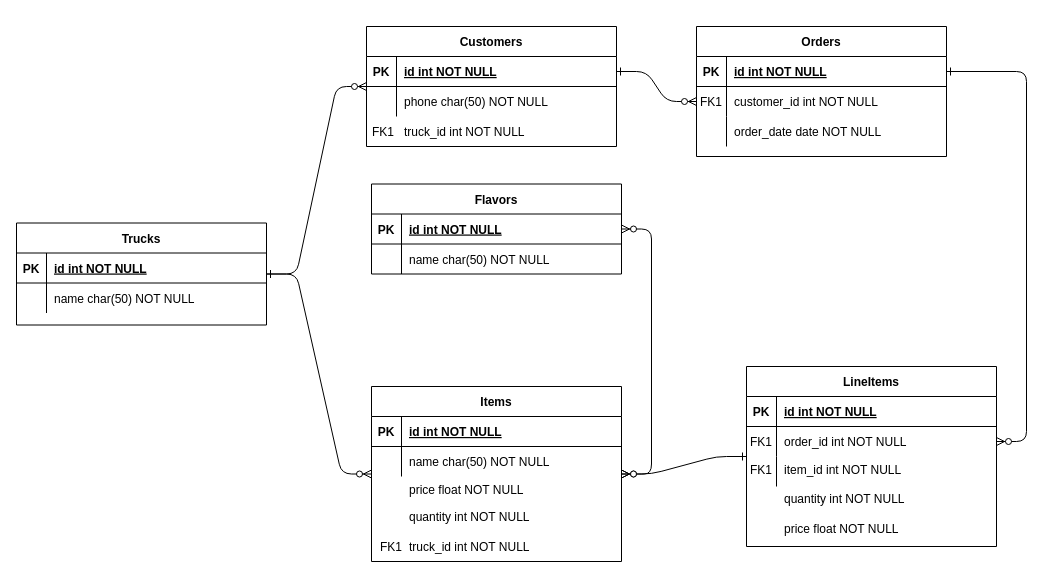
Before: ERD.drawio in tasdendu/icecream_truck, a draw.io diagram. Source tidied: cells renumbered, new cells numbered last; positions are measured from the earlier drawing's top-left corner, leaving out a move shared by most shapes. Both pictures are drawn from the tidied source at 100%, with x=0, y=0 at pixel (16, 26).
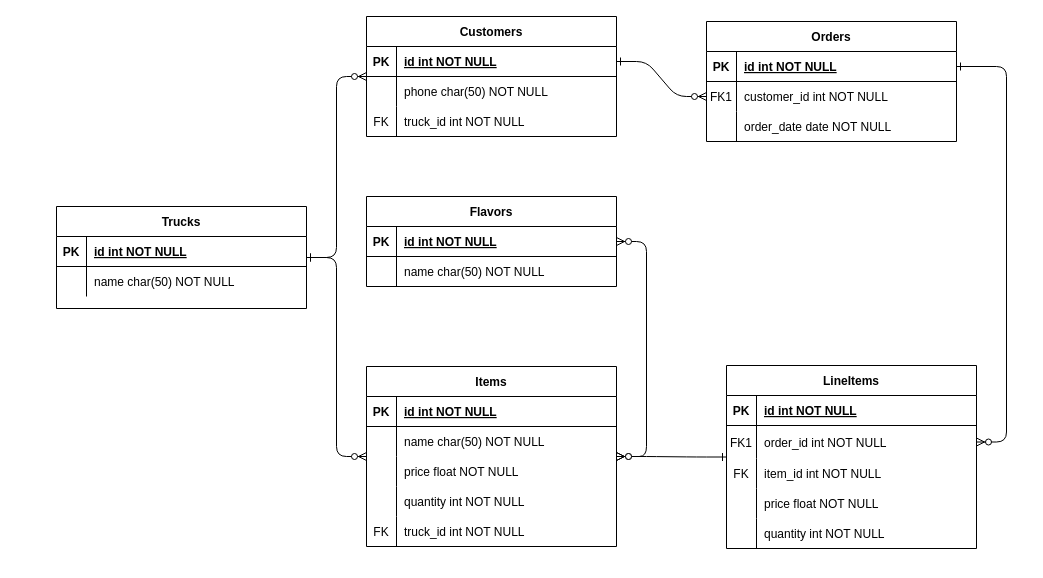
Above is the later version.

Diff of the diagram source:
```diff
@@
     <mxCell id="4" value="Orders" style="shape=table;startSize=30;childLayout=tableLayout;rowLines=0;fontStyle=1;align=center;" parent="1" vertex="1">
-      <mxGeometry x="680" width="250" height="130" as="geometry" />
+      <mxGeometry x="690" y="-5" width="250" height="120" as="geometry" />
     </mxCell>
@@
     <mxCell id="14" value="LineItems" style="shape=table;startSize=30;childLayout=tableLayout;rowLines=0;fontStyle=1;align=center;" parent="1" vertex="1">
-      <mxGeometry x="730" y="340" width="250" height="180" as="geometry" />
+      <mxGeometry x="710" y="339" width="250" height="183" as="geometry" />
     </mxCell>
@@
     <mxCell id="18" style="shape=partialRectangle;fillColor=none;points=[[0,0.5],[1,0.5]];portConstraint=eastwest;top=0;left=0;right=0;bottom=0;" parent="14" vertex="1">
-      <mxGeometry y="60" width="250" height="30" as="geometry" />
+      <mxGeometry y="60" width="250" height="33" as="geometry" />
     </mxCell>
     <mxCell id="19" value="FK1" style="shape=partialRectangle;overflow=hidden;fillColor=none;top=0;left=0;bottom=0;right=0;" parent="18" vertex="1">
-      <mxGeometry width="30" height="30" as="geometry" />
+      <mxGeometry width="30" height="33" as="geometry" />
     </mxCell>
     <mxCell id="20" value="order_id int NOT NULL" style="shape=partialRectangle;overflow=hidden;fillColor=none;top=0;left=0;bottom=0;right=0;align=left;spacingLeft=6;" parent="18" vertex="1">
-      <mxGeometry x="30" width="220" height="30" as="geometry" />
+      <mxGeometry x="30" width="220" height="33" as="geometry" />
     </mxCell>
-    <mxCell id="21" style="shape=partialRectangle;fillColor=none;top=0;left=0;right=0;bottom=0;" parent="14" vertex="1">
-      <mxGeometry y="90" width="250" height="30" as="geometry" />
-    </mxCell>
-    <mxCell id="22" style="shape=partialRectangle;overflow=hidden;fillColor=none;top=0;left=0;bottom=0;right=0;" parent="21" vertex="1">
-      <mxGeometry width="30" height="30" as="geometry" />
-    </mxCell>
-    <mxCell id="23" style="shape=partialRectangle;overflow=hidden;fillColor=none;top=0;left=0;bottom=0;right=0;align=left;spacingLeft=6;" parent="21" vertex="1">
-      <mxGeometry x="30" width="220" height="30" as="geometry" />
-    </mxCell>
+    <mxCell id="66" style="shape=tableRow;horizontal=0;startSize=0;swimlaneHead=0;swimlaneBody=0;fillColor=none;top=0;left=0;right=0;bottom=0;" parent="14" vertex="1">
+      <mxGeometry y="93" width="250" height="30" as="geometry" />
+    </mxCell>
+    <mxCell id="67" value="FK" style="shape=partialRectangle;fillColor=none;top=0;left=0;bottom=0;right=0;fontStyle=0;overflow=hidden;" parent="66" vertex="1">
+      <mxGeometry width="30" height="30" as="geometry" />
+    </mxCell>
+    <mxCell id="62" value="item_id int NOT NULL" style="shape=partialRectangle;fillColor=none;top=0;left=0;bottom=0;right=0;align=left;spacingLeft=6;fontStyle=0;overflow=hidden;" parent="66" vertex="1">
+      <mxGeometry x="30" width="220" height="30" as="geometry" />
+    </mxCell>
+    <mxCell id="68" style="shape=partialRectangle;fillColor=none;top=0;left=0;right=0;bottom=0;" parent="14" vertex="1">
+      <mxGeometry y="123" width="250" height="30" as="geometry" />
+    </mxCell>
+    <mxCell id="69" style="shape=partialRectangle;overflow=hidden;fillColor=none;top=0;left=0;bottom=0;right=0;" parent="68" vertex="1">
+      <mxGeometry width="30" height="30" as="geometry" />
+    </mxCell>
+    <mxCell id="70" value="price float NOT NULL" style="shape=partialRectangle;overflow=hidden;fillColor=none;top=0;left=0;bottom=0;right=0;align=left;spacingLeft=6;" parent="68" vertex="1">
+      <mxGeometry x="30" width="220" height="30" as="geometry" />
+    </mxCell>
+    <mxCell id="71" style="shape=partialRectangle;fillColor=none;top=0;left=0;right=0;bottom=0;" parent="14" vertex="1">
+      <mxGeometry y="153" width="250" height="30" as="geometry" />
+    </mxCell>
+    <mxCell id="72" style="shape=partialRectangle;overflow=hidden;fillColor=none;top=0;left=0;bottom=0;right=0;" parent="71" vertex="1">
+      <mxGeometry width="30" height="30" as="geometry" />
+    </mxCell>
+    <mxCell id="73" value="quantity int NOT NULL" style="shape=partialRectangle;overflow=hidden;fillColor=none;top=0;left=0;bottom=0;right=0;align=left;spacingLeft=6;" parent="71" vertex="1">
+      <mxGeometry x="30" width="220" height="30" as="geometry" />
+    </mxCell>
     <mxCell id="24" value="Customers" style="shape=table;startSize=30;childLayout=tableLayout;rowLines=0;fontStyle=1;align=center;" parent="1" vertex="1">
-      <mxGeometry x="350" width="250" height="120" as="geometry" />
+      <mxGeometry x="350" y="-10" width="250" height="120" as="geometry" />
     </mxCell>
@@
+    <mxCell id="74" style="shape=tableRow;horizontal=0;startSize=0;swimlaneHead=0;swimlaneBody=0;fillColor=none;top=0;left=0;right=0;bottom=0;" parent="24" vertex="1">
+      <mxGeometry y="90" width="250" height="30" as="geometry" />
+    </mxCell>
+    <mxCell id="75" value="FK" style="shape=partialRectangle;fillColor=none;top=0;left=0;bottom=0;right=0;fontStyle=0;overflow=hidden;" parent="74" vertex="1">
+      <mxGeometry width="30" height="30" as="geometry" />
+    </mxCell>
+    <mxCell id="76" value="truck_id int NOT NULL" style="shape=partialRectangle;fillColor=none;top=0;left=0;bottom=0;right=0;align=left;spacingLeft=6;fontStyle=0;overflow=hidden;" parent="74" vertex="1">
+      <mxGeometry x="30" width="220" height="30" as="geometry" />
+    </mxCell>
     <mxCell id="31" value="Items" style="shape=table;startSize=30;childLayout=tableLayout;rowLines=0;fontStyle=1;align=center;" parent="1" vertex="1">
-      <mxGeometry x="355" y="360" width="250" height="175" as="geometry" />
+      <mxGeometry x="350" y="340" width="250" height="180" as="geometry" />
     </mxCell>
@@
-    <mxCell id="38" value="price float NOT NULL" style="shape=partialRectangle;overflow=hidden;fillColor=none;top=0;left=0;bottom=0;right=0;align=left;spacingLeft=6;" parent="1" vertex="1">
-      <mxGeometry x="385" y="448" width="220" height="30" as="geometry" />
-    </mxCell>
+    <mxCell id="21" style="shape=partialRectangle;fillColor=none;top=0;left=0;right=0;bottom=0;" parent="31" vertex="1">
+      <mxGeometry y="90" width="250" height="30" as="geometry" />
+    </mxCell>
+    <mxCell id="77" style="shape=partialRectangle;overflow=hidden;fillColor=none;top=0;left=0;bottom=0;right=0;" parent="21" vertex="1">
+      <mxGeometry width="30" height="30" as="geometry" />
+    </mxCell>
+    <mxCell id="78" value="price float NOT NULL" style="shape=partialRectangle;overflow=hidden;fillColor=none;top=0;left=0;bottom=0;right=0;align=left;spacingLeft=6;" parent="21" vertex="1">
+      <mxGeometry x="30" width="220" height="30" as="geometry" />
+    </mxCell>
+    <mxCell id="79" style="shape=partialRectangle;fillColor=none;top=0;left=0;right=0;bottom=0;" parent="31" vertex="1">
+      <mxGeometry y="120" width="250" height="30" as="geometry" />
+    </mxCell>
+    <mxCell id="80" style="shape=partialRectangle;overflow=hidden;fillColor=none;top=0;left=0;bottom=0;right=0;" parent="79" vertex="1">
+      <mxGeometry width="30" height="30" as="geometry" />
+    </mxCell>
+    <mxCell id="81" value="quantity int NOT NULL" style="shape=partialRectangle;overflow=hidden;fillColor=none;top=0;left=0;bottom=0;right=0;align=left;spacingLeft=6;" parent="79" vertex="1">
+      <mxGeometry x="30" width="220" height="30" as="geometry" />
+    </mxCell>
+    <mxCell id="82" style="shape=tableRow;horizontal=0;startSize=0;swimlaneHead=0;swimlaneBody=0;fillColor=none;top=0;left=0;right=0;bottom=0;" parent="31" vertex="1">
+      <mxGeometry y="150" width="250" height="30" as="geometry" />
+    </mxCell>
+    <mxCell id="83" value="FK" style="shape=partialRectangle;fillColor=none;top=0;left=0;bottom=0;right=0;fontStyle=0;overflow=hidden;" parent="82" vertex="1">
+      <mxGeometry width="30" height="30" as="geometry" />
+    </mxCell>
+    <mxCell id="84" value="truck_id int NOT NULL" style="shape=partialRectangle;fillColor=none;top=0;left=0;bottom=0;right=0;align=left;spacingLeft=6;fontStyle=0;overflow=hidden;" parent="82" vertex="1">
+      <mxGeometry x="30" width="220" height="30" as="geometry" />
+    </mxCell>
     <mxCell id="39" value="Flavors" style="shape=table;startSize=30;childLayout=tableLayout;rowLines=0;fontStyle=1;align=center;" parent="1" vertex="1">
-      <mxGeometry x="355" y="157.5" width="250" height="90" as="geometry" />
+      <mxGeometry x="350" y="170" width="250" height="90" as="geometry" />
     </mxCell>
@@
-    <mxCell id="47" value="quantity int NOT NULL" style="shape=partialRectangle;overflow=hidden;fillColor=none;top=0;left=0;bottom=0;right=0;align=left;spacingLeft=6;" parent="1" vertex="1">
-      <mxGeometry x="385" y="475" width="220" height="30" as="geometry" />
-    </mxCell>
     <mxCell id="48" value="Trucks" style="shape=table;startSize=30;childLayout=tableLayout;rowLines=0;fontStyle=1;align=center;" parent="1" vertex="1">
-      <mxGeometry y="196.5" width="250" height="102" as="geometry" />
+      <mxGeometry x="40" y="180" width="250" height="102" as="geometry" />
     </mxCell>
@@
-    <mxCell id="56" value="truck_id int NOT NULL" style="shape=partialRectangle;overflow=hidden;fillColor=none;top=0;left=0;bottom=0;right=0;align=left;spacingLeft=6;" parent="1" vertex="1">
-      <mxGeometry x="385" y="505" width="220" height="30" as="geometry" />
-    </mxCell>
@@
-    <mxCell id="58" value="FK1" style="shape=partialRectangle;overflow=hidden;fillColor=none;top=0;left=0;bottom=0;right=0;" parent="1" vertex="1">
-      <mxGeometry x="360" y="505" width="30" height="30" as="geometry" />
-    </mxCell>
-    <mxCell id="59" value="FK1" style="shape=partialRectangle;overflow=hidden;fillColor=none;top=0;left=0;bottom=0;right=0;" parent="1" vertex="1">
-      <mxGeometry x="352" y="90" width="30" height="30" as="geometry" />
-    </mxCell>
-    <mxCell id="60" value="truck_id int NOT NULL" style="shape=partialRectangle;overflow=hidden;fillColor=none;top=0;left=0;bottom=0;right=0;align=left;spacingLeft=6;" parent="1" vertex="1">
-      <mxGeometry x="380" y="90" width="220" height="30" as="geometry" />
-    </mxCell>
-    <mxCell id="61" value="FK1" style="shape=partialRectangle;overflow=hidden;fillColor=none;top=0;left=0;bottom=0;right=0;" parent="1" vertex="1">
-      <mxGeometry x="730" y="427.5" width="30" height="30" as="geometry" />
-    </mxCell>
-    <mxCell id="62" value="item_id int NOT NULL" style="shape=partialRectangle;overflow=hidden;fillColor=none;top=0;left=0;bottom=0;right=0;align=left;spacingLeft=6;" parent="1" vertex="1">
-      <mxGeometry x="760" y="428" width="220" height="30" as="geometry" />
-    </mxCell>
-    <mxCell id="63" value="quantity int NOT NULL" style="shape=partialRectangle;overflow=hidden;fillColor=none;top=0;left=0;bottom=0;right=0;align=left;spacingLeft=6;" parent="1" vertex="1">
-      <mxGeometry x="760" y="457" width="220" height="30" as="geometry" />
-    </mxCell>
-    <mxCell id="64" value="price float NOT NULL" style="shape=partialRectangle;overflow=hidden;fillColor=none;top=0;left=0;bottom=0;right=0;align=left;spacingLeft=6;" parent="1" vertex="1">
-      <mxGeometry x="760" y="487" width="220" height="30" as="geometry" />
-    </mxCell>
```
